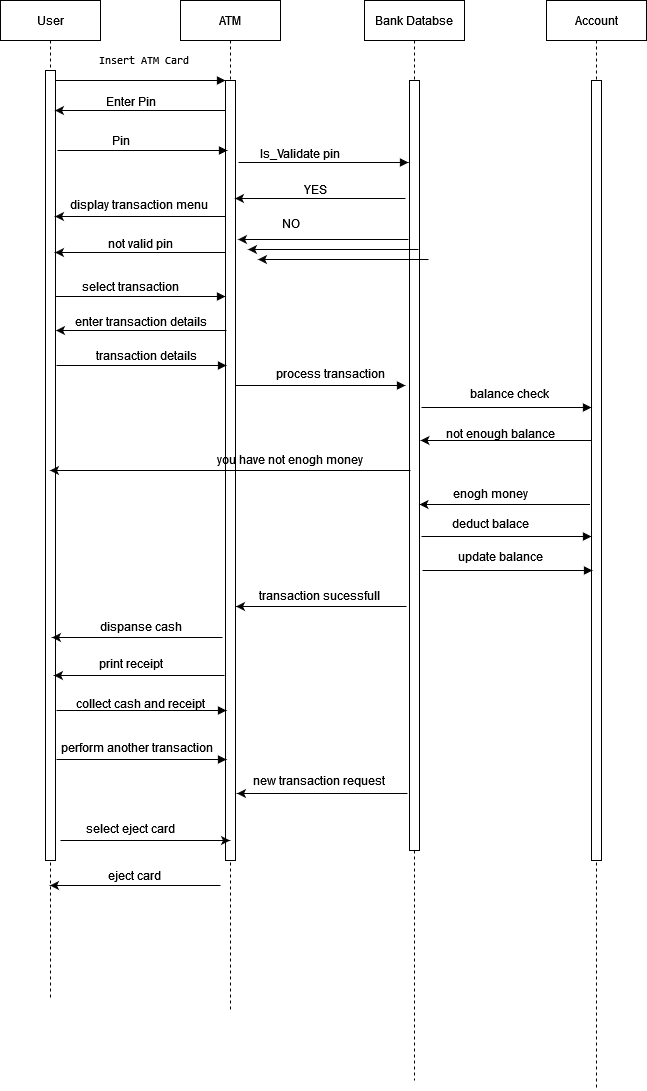
The draw.io diagram classAssignment/atm_seq.png in Ankar-Kumar/ood, before a commit. Source tidied: cells renumbered, new cells last; positions are measured from the earlier drawing's top-left corner, leaving out a move shared by most shapes.
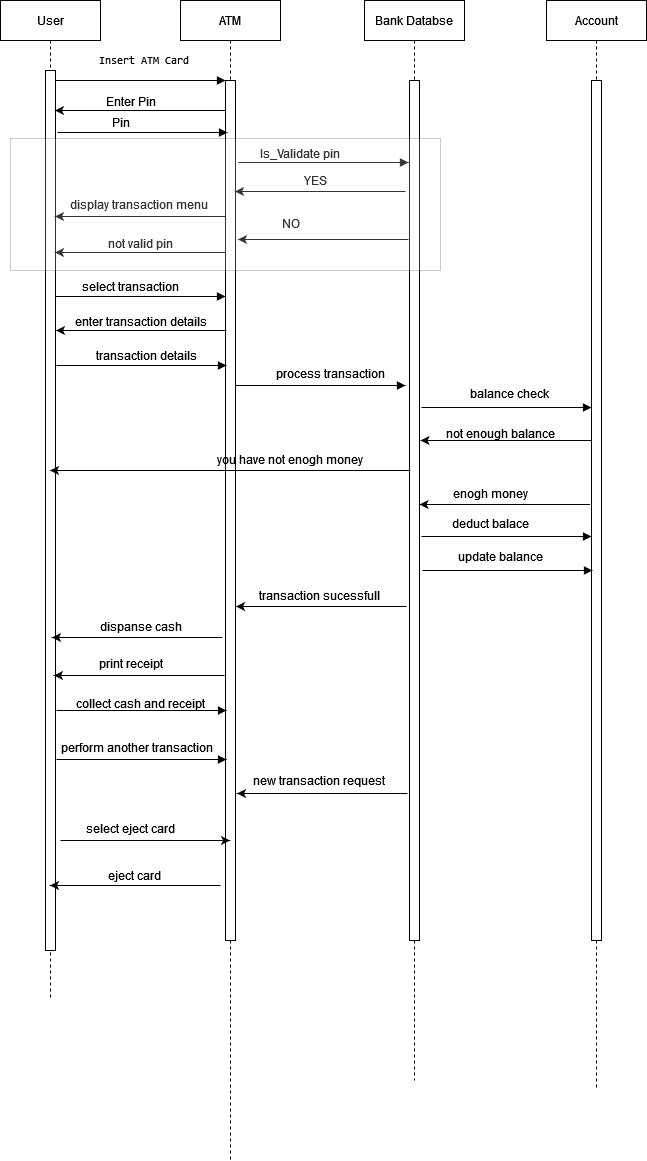
Above is the later version.

Commit message:
sequence diagram changes

Diff of the diagram source:
```diff
@@ -6,13 +6,13 @@
       <mxGeometry width="100" height="1000" as="geometry" />
     </mxCell>
     <mxCell id="3" style="html=1;points=[];perimeter=orthogonalPerimeter;outlineConnect=0;targetShapes=umlLifeline;portConstraint=eastwest;newEdgeStyle={&quot;edgeStyle&quot;:&quot;elbowEdgeStyle&quot;,&quot;elbow&quot;:&quot;vertical&quot;,&quot;curved&quot;:0,&quot;rounded&quot;:0};" parent="2" vertex="1">
-      <mxGeometry x="45" y="70" width="10" height="790" as="geometry" />
+      <mxGeometry x="45" y="70" width="10" height="880" as="geometry" />
     </mxCell>
     <mxCell id="4" value="ATM" style="shape=umlLifeline;perimeter=lifelinePerimeter;whiteSpace=wrap;html=1;outlineConnect=0;portConstraint=eastwest;newEdgeStyle={&quot;edgeStyle&quot;:&quot;elbowEdgeStyle&quot;,&quot;elbow&quot;:&quot;vertical&quot;,&quot;curved&quot;:0,&quot;rounded&quot;:0};" parent="1" vertex="1">
-      <mxGeometry x="180" width="100" height="1010" as="geometry" />
+      <mxGeometry x="180" width="100" height="1160" as="geometry" />
     </mxCell>
     <mxCell id="5" style="html=1;points=[];perimeter=orthogonalPerimeter;outlineConnect=0;targetShapes=umlLifeline;portConstraint=eastwest;newEdgeStyle={&quot;edgeStyle&quot;:&quot;elbowEdgeStyle&quot;,&quot;elbow&quot;:&quot;vertical&quot;,&quot;curved&quot;:0,&quot;rounded&quot;:0};" parent="4" vertex="1">
-      <mxGeometry x="45" y="80" width="10" height="780" as="geometry" />
+      <mxGeometry x="45" y="80" width="10" height="860" as="geometry" />
     </mxCell>
     <mxCell id="6" value="&lt;pre&gt;&lt;code class=&quot;!whitespace-pre hljs language-plantuml&quot;&gt; Insert ATM Card&lt;/code&gt;&lt;/pre&gt;" style="html=1;verticalAlign=bottom;endArrow=block;edgeStyle=elbowEdgeStyle;elbow=vertical;curved=0;rounded=0;" parent="1" edge="1" source="3" target="5">
       <mxGeometry relative="1" as="geometry">
@@ -25,13 +25,13 @@
       <mxGeometry x="364" width="100" height="1080" as="geometry" />
     </mxCell>
     <mxCell id="8" style="html=1;perimeter=orthogonalPerimeter;targetShapes=umlLifeline;newEdgeStyle={&quot;edgeStyle&quot;:&quot;elbowEdgeStyle&quot;,&quot;elbow&quot;:&quot;vertical&quot;,&quot;curved&quot;:0,&quot;rounded&quot;:0};" parent="7" vertex="1">
-      <mxGeometry x="45" y="80" width="10" height="770" as="geometry" />
+      <mxGeometry x="45" y="80" width="10" height="860" as="geometry" />
     </mxCell>
     <mxCell id="9" value="Account" style="shape=umlLifeline;perimeter=lifelinePerimeter;whiteSpace=wrap;html=1;newEdgeStyle={&quot;edgeStyle&quot;:&quot;elbowEdgeStyle&quot;,&quot;elbow&quot;:&quot;vertical&quot;,&quot;curved&quot;:0,&quot;rounded&quot;:0};" parent="1" vertex="1">
       <mxGeometry x="546" width="100" height="1090" as="geometry" />
     </mxCell>
     <mxCell id="10" style="html=1;perimeter=orthogonalPerimeter;targetShapes=umlLifeline;newEdgeStyle={&quot;edgeStyle&quot;:&quot;elbowEdgeStyle&quot;,&quot;elbow&quot;:&quot;vertical&quot;,&quot;curved&quot;:0,&quot;rounded&quot;:0};" parent="9" vertex="1">
-      <mxGeometry x="45" y="80" width="10" height="780" as="geometry" />
+      <mxGeometry x="45" y="80" width="10" height="860" as="geometry" />
     </mxCell>
     <mxCell id="11" style="endArrow=classic;html=1;rounded=0;" parent="1" edge="1">
       <mxGeometry relative="1" as="geometry">
@@ -44,15 +44,15 @@
     </mxCell>
     <mxCell id="13" style="html=1;verticalAlign=bottom;endArrow=block;edgeStyle=elbowEdgeStyle;elbow=vertical;curved=0;rounded=0;" parent="1" edge="1">
       <mxGeometry relative="1" as="geometry">
-        <mxPoint x="57" y="150" as="sourcePoint" />
-        <mxPoint x="227" y="150" as="targetPoint" />
+        <mxPoint x="57" y="132" as="sourcePoint" />
+        <mxPoint x="227" y="132" as="targetPoint" />
         <Array as="points">
-          <mxPoint x="142" y="150" />
+          <mxPoint x="142" y="132" />
         </Array>
       </mxGeometry>
     </mxCell>
     <mxCell id="14" value="Pin" style="text;html=1;align=center;verticalAlign=middle;strokeColor=none;fillColor=none;" parent="1" vertex="1">
-      <mxGeometry x="100" y="125" width="40" height="30" as="geometry" />
+      <mxGeometry x="100" y="107" width="40" height="30" as="geometry" />
     </mxCell>
     <mxCell id="15" style="html=1;verticalAlign=bottom;endArrow=block;edgeStyle=elbowEdgeStyle;elbow=vertical;curved=0;rounded=0;" parent="1" edge="1">
       <mxGeometry relative="1" as="geometry">
@@ -68,12 +68,12 @@
     </mxCell>
     <mxCell id="17" style="endArrow=classic;html=1;rounded=0;" parent="1" edge="1">
       <mxGeometry relative="1" as="geometry">
-        <mxPoint x="405" y="198" as="sourcePoint" />
-        <mxPoint x="234.5" y="198" as="targetPoint" />
+        <mxPoint x="405" y="191" as="sourcePoint" />
+        <mxPoint x="234.5" y="191" as="targetPoint" />
       </mxGeometry>
     </mxCell>
     <mxCell id="18" value="YES" style="text;html=1;align=center;verticalAlign=middle;strokeColor=none;fillColor=none;" parent="1" vertex="1">
-      <mxGeometry x="290" y="174" width="50" height="30" as="geometry" />
+      <mxGeometry x="290" y="165" width="50" height="30" as="geometry" />
     </mxCell>
     <mxCell id="19" style="endArrow=classic;html=1;rounded=0;" parent="1" edge="1">
       <mxGeometry relative="1" as="geometry">
@@ -114,18 +114,6 @@
     <mxCell id="26" value="not valid pin" style="text;html=1;align=center;verticalAlign=middle;strokeColor=none;fillColor=none;" parent="1" vertex="1">
       <mxGeometry x="95" y="228" width="90" height="30" as="geometry" />
     </mxCell>
-    <mxCell id="27" style="endArrow=classic;html=1;rounded=0;" parent="1" edge="1">
-      <mxGeometry relative="1" as="geometry">
-        <mxPoint x="418" y="249" as="sourcePoint" />
-        <mxPoint x="247.5" y="249" as="targetPoint" />
-      </mxGeometry>
-    </mxCell>
-    <mxCell id="28" style="endArrow=classic;html=1;rounded=0;" parent="1" edge="1">
-      <mxGeometry relative="1" as="geometry">
-        <mxPoint x="428" y="259" as="sourcePoint" />
-        <mxPoint x="257.5" y="259" as="targetPoint" />
-      </mxGeometry>
-    </mxCell>
     <mxCell id="29" style="endArrow=classic;html=1;rounded=0;" parent="1" edge="1">
       <mxGeometry relative="1" as="geometry">
         <mxPoint x="222" y="637" as="sourcePoint" />
@@ -298,5 +286,8 @@
     <mxCell id="62" value="select eject card" style="text;html=1;align=center;verticalAlign=middle;strokeColor=none;fillColor=none;" parent="1" vertex="1">
       <mxGeometry x="75" y="813" width="110" height="30" as="geometry" />
     </mxCell>
+    <mxCell id="63" style="whiteSpace=wrap;html=1;align=center;newEdgeStyle={&quot;edgeStyle&quot;:&quot;elbowEdgeStyle&quot;,&quot;startArrow&quot;:&quot;none&quot;,&quot;endArrow&quot;:&quot;none&quot;};opacity=20;" parent="1" vertex="1">
+      <mxGeometry x="10" y="138" width="430" height="132" as="geometry" />
+    </mxCell>
   </root>
 </mxGraphModel>
```
